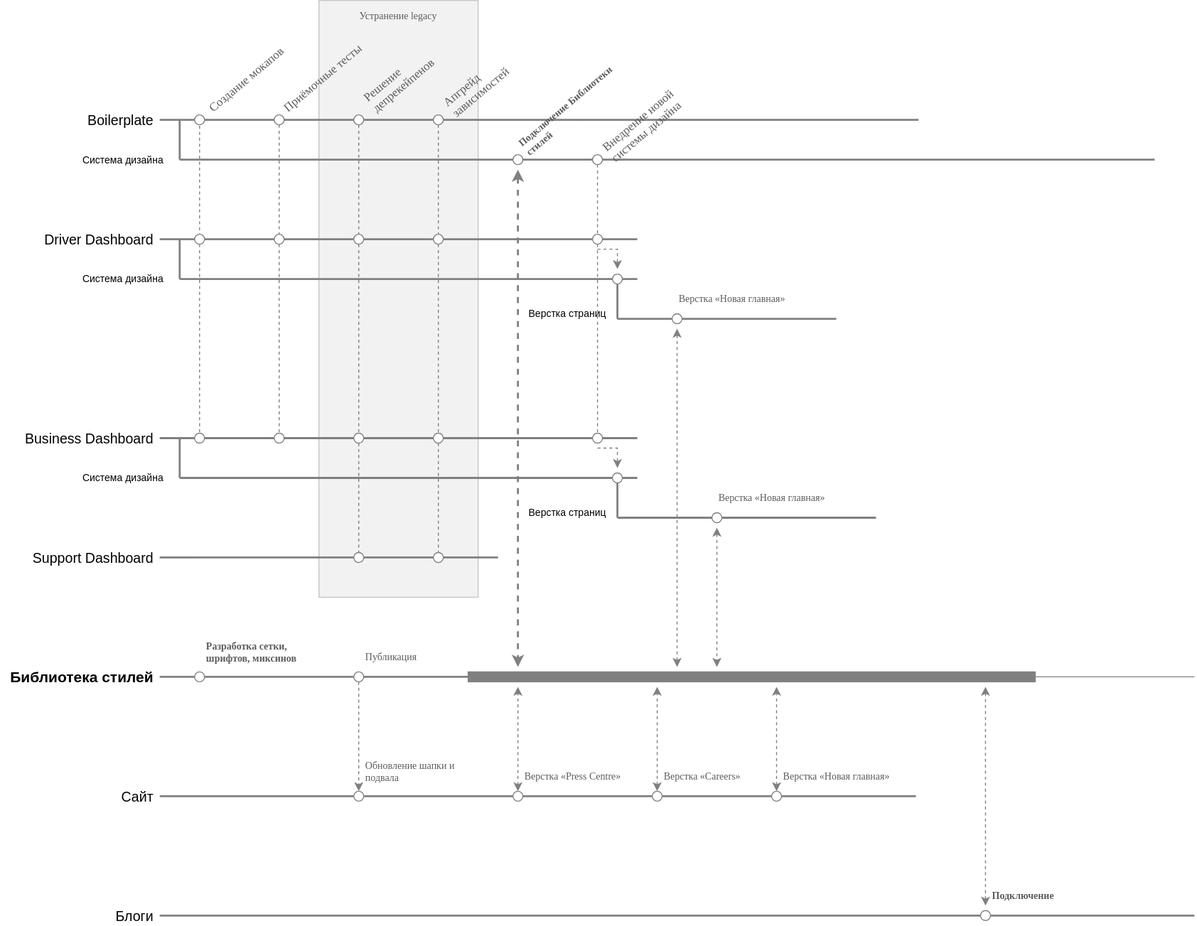
Earlier version of the draw.io export web-roadmaps.svg (ajile/draw-io). Source tidied: cells renumbered, new cells last; positions are measured from the earlier drawing's top-left corner, leaving out a move shared by most shapes.
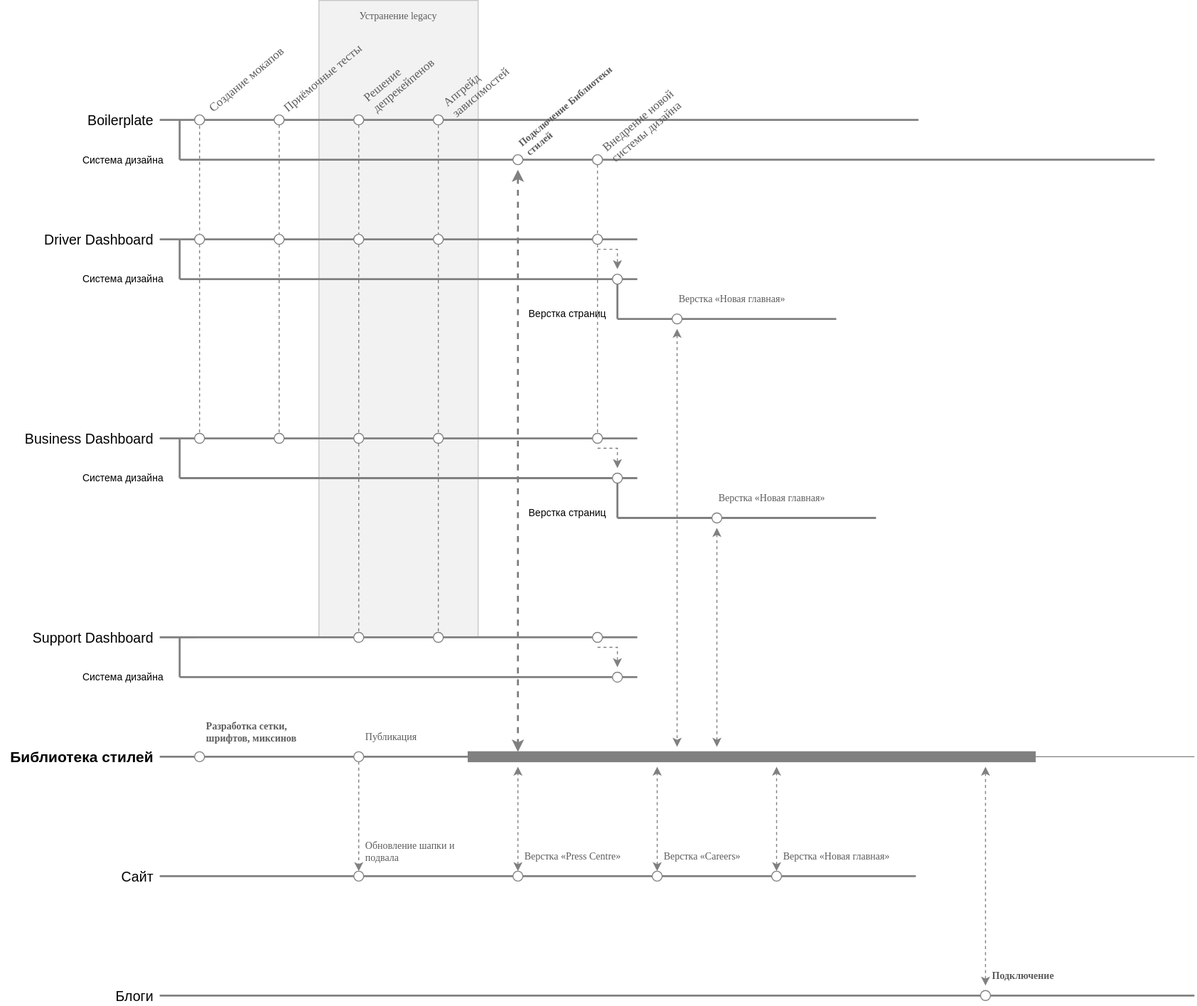
Above is the later version.

What changed in the source:
```diff
@@ -11,6 +11,6 @@
     <mxCell id="3" style="rounded=0;whiteSpace=wrap;html=1;shadow=0;strokeColor=#C7C7C7;strokeWidth=1;fillColor=#F2F2F2;gradientColor=none;fontFamily=Verdana;fontSize=10;fontColor=#5C5C5C;align=center;" parent="1" vertex="1">
-      <mxGeometry x="320" width="160" height="600" as="geometry" />
+      <mxGeometry x="320" width="160" height="640" as="geometry" />
     </mxCell>
     <mxCell id="4" value="Разработка сетки, шрифтов, миксинов&lt;br&gt;" style="text;html=1;strokeColor=none;fillColor=none;align=left;verticalAlign=middle;whiteSpace=wrap;rounded=0;shadow=0;fontFamily=Verdana;fontSize=10;fontColor=#5C5C5C;horizontal=1;fontStyle=1;" parent="1" vertex="1">
-      <mxGeometry x="205" y="640" width="125" height="30" as="geometry" />
+      <mxGeometry x="205" y="720" width="125" height="30" as="geometry" />
     </mxCell>
@@ -147,4 +147,4 @@
       <mxGeometry relative="1" as="geometry">
-        <mxPoint x="160" y="560" as="sourcePoint" />
-        <mxPoint x="500" y="560" as="targetPoint" />
+        <mxPoint x="160" y="640" as="sourcePoint" />
+        <mxPoint x="640" y="640" as="targetPoint" />
       </mxGeometry>
@@ -153,3 +153,3 @@
       <mxGeometry relative="1" as="geometry">
-        <mxPoint x="195" y="560" as="sourcePoint" />
+        <mxPoint x="195" y="640" as="sourcePoint" />
       </mxGeometry>
@@ -157,6 +157,6 @@
     <mxCell id="45" style="ellipse;whiteSpace=wrap;html=1;rounded=0;shadow=0;strokeColor=#808080;strokeWidth=1;fillColor=#ffffff;gradientColor=none;fontFamily=Verdana;fontSize=12;fontColor=#5C5C5C;align=left;" parent="1" vertex="1">
-      <mxGeometry x="355" y="555" width="10" height="10" as="geometry" />
+      <mxGeometry x="355" y="635" width="10" height="10" as="geometry" />
     </mxCell>
     <mxCell id="46" style="ellipse;whiteSpace=wrap;html=1;rounded=0;shadow=0;strokeColor=#808080;strokeWidth=1;fillColor=#ffffff;gradientColor=none;fontFamily=Verdana;fontSize=12;fontColor=#5C5C5C;align=left;" parent="1" vertex="1">
-      <mxGeometry x="435" y="555" width="10" height="10" as="geometry" />
+      <mxGeometry x="435" y="635" width="10" height="10" as="geometry" />
     </mxCell>
@@ -169,3 +169,3 @@
     <mxCell id="48" value="&lt;div style=&quot;text-align: left; font-size: 14px;&quot;&gt;&lt;span style=&quot;font-size: 14px;&quot;&gt;Support Dashboard&lt;/span&gt;&lt;/div&gt;" style="text;html=1;strokeColor=none;fillColor=none;align=right;verticalAlign=middle;whiteSpace=wrap;rounded=0;spacingRight=5;fontSize=14;" parent="1" vertex="1">
-      <mxGeometry y="550" width="160" height="20" as="geometry" />
+      <mxGeometry y="630" width="160" height="20" as="geometry" />
     </mxCell>
@@ -173,4 +173,4 @@
       <mxGeometry relative="1" as="geometry">
-        <mxPoint x="160" y="800" as="sourcePoint" />
-        <mxPoint x="920" y="800" as="targetPoint" />
+        <mxPoint x="160" y="880" as="sourcePoint" />
+        <mxPoint x="920" y="880" as="targetPoint" />
       </mxGeometry>
@@ -179,3 +179,3 @@
       <mxGeometry relative="1" as="geometry">
-        <mxPoint x="195" y="800" as="sourcePoint" />
+        <mxPoint x="195" y="880" as="sourcePoint" />
       </mxGeometry>
@@ -183,3 +183,3 @@
     <mxCell id="51" value="&lt;div style=&quot;text-align: left; font-size: 14px;&quot;&gt;Сайт&lt;/div&gt;" style="text;html=1;strokeColor=none;fillColor=none;align=right;verticalAlign=middle;whiteSpace=wrap;rounded=0;spacingRight=5;fontSize=14;" parent="1" vertex="1">
-      <mxGeometry x="40" y="790" width="120" height="20" as="geometry" />
+      <mxGeometry x="40" y="870" width="120" height="20" as="geometry" />
     </mxCell>
@@ -187,3 +187,3 @@
       <mxGeometry relative="1" as="geometry">
-        <mxPoint x="1200" y="680" as="targetPoint" />
+        <mxPoint x="1200" y="760" as="targetPoint" />
       </mxGeometry>
@@ -191,9 +191,9 @@
     <mxCell id="53" value="&lt;div style=&quot;text-align: left; font-size: 15px;&quot;&gt;Библиотека стилей&lt;/div&gt;" style="text;html=1;strokeColor=none;fillColor=none;align=right;verticalAlign=middle;whiteSpace=wrap;rounded=0;spacingRight=5;fontStyle=1;fontSize=15;" parent="1" vertex="1">
-      <mxGeometry y="670" width="160" height="20" as="geometry" />
+      <mxGeometry y="750" width="160" height="20" as="geometry" />
     </mxCell>
     <mxCell id="54" style="ellipse;whiteSpace=wrap;html=1;rounded=0;shadow=0;strokeColor=#808080;strokeWidth=1;fillColor=#ffffff;gradientColor=none;fontFamily=Verdana;fontSize=12;fontColor=#5C5C5C;align=left;" parent="1" vertex="1">
-      <mxGeometry x="355" y="795" width="10" height="10" as="geometry" />
+      <mxGeometry x="355" y="875" width="10" height="10" as="geometry" />
     </mxCell>
     <mxCell id="55" value="Обновление шапки и подвала" style="text;html=1;strokeColor=none;fillColor=none;align=left;verticalAlign=middle;whiteSpace=wrap;rounded=0;shadow=0;fontFamily=Verdana;fontSize=10;fontColor=#5C5C5C;horizontal=1;" parent="1" vertex="1">
-      <mxGeometry x="365" y="760" width="125" height="30" as="geometry" />
+      <mxGeometry x="365" y="840" width="125" height="30" as="geometry" />
     </mxCell>
@@ -204,3 +204,3 @@
       <mxGeometry relative="1" as="geometry">
-        <mxPoint x="520" y="690" as="targetPoint" />
+        <mxPoint x="520" y="770" as="targetPoint" />
       </mxGeometry>
@@ -208,6 +208,6 @@
     <mxCell id="58" style="ellipse;whiteSpace=wrap;html=1;rounded=0;shadow=0;strokeColor=#808080;strokeWidth=1;fillColor=#ffffff;gradientColor=none;fontFamily=Verdana;fontSize=12;fontColor=#5C5C5C;align=left;" parent="1" vertex="1">
-      <mxGeometry x="515" y="795" width="10" height="10" as="geometry" />
+      <mxGeometry x="515" y="875" width="10" height="10" as="geometry" />
     </mxCell>
     <mxCell id="59" value="Верстка «Press Centre»" style="text;html=1;strokeColor=none;fillColor=none;align=left;verticalAlign=middle;whiteSpace=wrap;rounded=0;shadow=0;fontFamily=Verdana;fontSize=10;fontColor=#5C5C5C;horizontal=1;" parent="1" vertex="1">
-      <mxGeometry x="525" y="770" width="125" height="20" as="geometry" />
+      <mxGeometry x="525" y="850" width="125" height="20" as="geometry" />
     </mxCell>
@@ -218,3 +218,3 @@
       <mxGeometry relative="1" as="geometry">
-        <mxPoint x="660" y="690" as="targetPoint" />
+        <mxPoint x="660" y="770" as="targetPoint" />
       </mxGeometry>
@@ -222,6 +222,6 @@
     <mxCell id="62" style="ellipse;whiteSpace=wrap;html=1;rounded=0;shadow=0;strokeColor=#808080;strokeWidth=1;fillColor=#ffffff;gradientColor=none;fontFamily=Verdana;fontSize=12;fontColor=#5C5C5C;align=left;" parent="1" vertex="1">
-      <mxGeometry x="655" y="795" width="10" height="10" as="geometry" />
+      <mxGeometry x="655" y="875" width="10" height="10" as="geometry" />
     </mxCell>
     <mxCell id="63" value="Верстка «Careers»" style="text;html=1;strokeColor=none;fillColor=none;align=left;verticalAlign=middle;whiteSpace=wrap;rounded=0;shadow=0;fontFamily=Verdana;fontSize=10;fontColor=#5C5C5C;horizontal=1;" parent="1" vertex="1">
-      <mxGeometry x="665" y="770" width="125" height="20" as="geometry" />
+      <mxGeometry x="665" y="850" width="125" height="20" as="geometry" />
     </mxCell>
@@ -237,6 +237,6 @@
     <mxCell id="66" value="Публикация&lt;br&gt;" style="text;html=1;strokeColor=none;fillColor=none;align=left;verticalAlign=middle;whiteSpace=wrap;rounded=0;shadow=0;fontFamily=Verdana;fontSize=10;fontColor=#5C5C5C;horizontal=1;" parent="1" vertex="1">
-      <mxGeometry x="365" y="650" width="125" height="20" as="geometry" />
+      <mxGeometry x="365" y="730" width="125" height="20" as="geometry" />
     </mxCell>
     <mxCell id="67" style="rounded=0;whiteSpace=wrap;html=1;shadow=0;strokeColor=#808080;strokeWidth=1;fillColor=#808080;gradientColor=none;fontFamily=Verdana;fontSize=10;fontColor=#5C5C5C;align=right;" parent="1" vertex="1">
-      <mxGeometry x="470" y="675" width="570" height="10" as="geometry" />
+      <mxGeometry x="470" y="755" width="570" height="10" as="geometry" />
     </mxCell>
@@ -244,3 +244,3 @@
       <mxGeometry relative="1" as="geometry">
-        <mxPoint x="160" y="680" as="sourcePoint" />
+        <mxPoint x="160" y="760" as="sourcePoint" />
       </mxGeometry>
@@ -248,6 +248,6 @@
     <mxCell id="69" style="ellipse;whiteSpace=wrap;html=1;rounded=0;shadow=0;strokeColor=#808080;strokeWidth=1;fillColor=#ffffff;gradientColor=none;fontFamily=Verdana;fontSize=12;fontColor=#5C5C5C;align=left;" parent="1" vertex="1">
-      <mxGeometry x="355" y="675" width="10" height="10" as="geometry" />
+      <mxGeometry x="355" y="755" width="10" height="10" as="geometry" />
     </mxCell>
     <mxCell id="70" style="ellipse;whiteSpace=wrap;html=1;rounded=0;shadow=0;strokeColor=#808080;strokeWidth=1;fillColor=#ffffff;gradientColor=none;fontFamily=Verdana;fontSize=12;fontColor=#5C5C5C;align=left;" parent="1" vertex="1">
-      <mxGeometry x="195" y="675" width="10" height="10" as="geometry" />
+      <mxGeometry x="195" y="755" width="10" height="10" as="geometry" />
     </mxCell>
@@ -255,3 +255,3 @@
       <mxGeometry relative="1" as="geometry">
-        <mxPoint x="195" y="680" as="sourcePoint" />
+        <mxPoint x="195" y="760" as="sourcePoint" />
       </mxGeometry>
@@ -259,6 +259,6 @@
     <mxCell id="72" style="ellipse;whiteSpace=wrap;html=1;rounded=0;shadow=0;strokeColor=#808080;strokeWidth=1;fillColor=#ffffff;gradientColor=none;fontFamily=Verdana;fontSize=12;fontColor=#5C5C5C;align=left;" parent="1" vertex="1">
-      <mxGeometry x="775" y="795" width="10" height="10" as="geometry" />
+      <mxGeometry x="775" y="875" width="10" height="10" as="geometry" />
     </mxCell>
     <mxCell id="73" value="Верстка «Новая главная»" style="text;html=1;strokeColor=none;fillColor=none;align=left;verticalAlign=middle;whiteSpace=wrap;rounded=0;shadow=0;fontFamily=Verdana;fontSize=10;fontColor=#5C5C5C;horizontal=1;" parent="1" vertex="1">
-      <mxGeometry x="785" y="770" width="145" height="20" as="geometry" />
+      <mxGeometry x="785" y="850" width="145" height="20" as="geometry" />
     </mxCell>
@@ -285,3 +285,3 @@
         <mxPoint x="680" y="330" as="sourcePoint" />
-        <mxPoint x="680" y="670" as="targetPoint" />
+        <mxPoint x="680" y="750" as="targetPoint" />
       </mxGeometry>
@@ -306,3 +306,3 @@
         <mxPoint x="720" y="530" as="sourcePoint" />
-        <mxPoint x="720" y="670" as="targetPoint" />
+        <mxPoint x="720" y="750" as="targetPoint" />
       </mxGeometry>
@@ -329,4 +329,4 @@
       <mxGeometry relative="1" as="geometry">
-        <mxPoint x="780" y="795" as="sourcePoint" />
-        <mxPoint x="780" y="690" as="targetPoint" />
+        <mxPoint x="780" y="875" as="sourcePoint" />
+        <mxPoint x="780" y="770" as="targetPoint" />
       </mxGeometry>
@@ -335,4 +335,4 @@
       <mxGeometry relative="1" as="geometry">
-        <mxPoint x="160" y="920" as="sourcePoint" />
-        <mxPoint x="1200" y="920" as="targetPoint" />
+        <mxPoint x="160" y="1000" as="sourcePoint" />
+        <mxPoint x="1200" y="1000" as="targetPoint" />
       </mxGeometry>
@@ -341,4 +341,4 @@
       <mxGeometry relative="1" as="geometry">
-        <mxPoint x="195" y="920" as="sourcePoint" />
-        <mxPoint x="160" y="920" as="targetPoint" />
+        <mxPoint x="195" y="1000" as="sourcePoint" />
+        <mxPoint x="160" y="1000" as="targetPoint" />
       </mxGeometry>
@@ -346,6 +346,6 @@
     <mxCell id="90" style="ellipse;whiteSpace=wrap;html=1;rounded=0;shadow=0;strokeColor=#808080;strokeWidth=1;fillColor=#ffffff;gradientColor=none;fontFamily=Verdana;fontSize=12;fontColor=#5C5C5C;align=left;" parent="1" vertex="1">
-      <mxGeometry x="985" y="915" width="10" height="10" as="geometry" />
+      <mxGeometry x="985" y="995" width="10" height="10" as="geometry" />
     </mxCell>
     <mxCell id="91" value="Подключение" style="text;html=1;strokeColor=none;fillColor=none;align=left;verticalAlign=middle;whiteSpace=wrap;rounded=0;shadow=0;fontFamily=Verdana;fontSize=10;fontColor=#5C5C5C;horizontal=1;fontStyle=1;" parent="1" vertex="1">
-      <mxGeometry x="995" y="890" width="145" height="20" as="geometry" />
+      <mxGeometry x="995" y="970" width="145" height="20" as="geometry" />
     </mxCell>
@@ -355,3 +355,3 @@
     <mxCell id="93" value="&lt;div style=&quot;text-align: left; font-size: 14px;&quot;&gt;Блоги&lt;/div&gt;" style="text;html=1;strokeColor=none;fillColor=none;align=right;verticalAlign=middle;whiteSpace=wrap;rounded=0;spacingRight=5;fontSize=14;" parent="1" vertex="1">
-      <mxGeometry x="40" y="910" width="120" height="20" as="geometry" />
+      <mxGeometry x="40" y="990" width="120" height="20" as="geometry" />
     </mxCell>
@@ -359,4 +359,4 @@
       <mxGeometry relative="1" as="geometry">
-        <mxPoint x="990" y="690" as="sourcePoint" />
-        <mxPoint x="990" y="910" as="targetPoint" />
+        <mxPoint x="990" y="770" as="sourcePoint" />
+        <mxPoint x="990" y="990" as="targetPoint" />
       </mxGeometry>
@@ -375,6 +375,5 @@
     </mxCell>
-    <mxCell id="99" style="edgeStyle=orthogonalEdgeStyle;rounded=0;html=1;dashed=1;labelBackgroundColor=none;startArrow=classic;startFill=1;endArrow=classic;endFill=1;jettySize=auto;orthogonalLoop=1;strokeColor=#808080;strokeWidth=2;fontFamily=Verdana;fontSize=10;fontColor=#5C5C5C;" parent="1" edge="1">
+    <mxCell id="99" style="edgeStyle=orthogonalEdgeStyle;rounded=0;html=1;dashed=1;labelBackgroundColor=none;startArrow=classic;startFill=1;endArrow=classic;endFill=1;jettySize=auto;strokeColor=#808080;strokeWidth=2;fontFamily=Verdana;fontSize=10;fontColor=#5C5C5C;entryX=0.088;entryY=0;entryPerimeter=0;" parent="1" edge="1" target="67">
       <mxGeometry relative="1" as="geometry">
         <mxPoint x="520" y="170" as="sourcePoint" />
-        <mxPoint x="520" y="670" as="targetPoint" />
       </mxGeometry>
@@ -452,2 +451,29 @@
     </mxCell>
+    <mxCell id="118" style="endArrow=none;html=1;labelBackgroundColor=none;strokeColor=#808080;strokeWidth=2;fontFamily=Verdana;fontSize=12;fontColor=#5C5C5C;" parent="1" edge="1">
+      <mxGeometry relative="1" as="geometry">
+        <mxPoint x="180" y="680" as="sourcePoint" />
+        <mxPoint x="640" y="680" as="targetPoint" />
+      </mxGeometry>
+    </mxCell>
+    <mxCell id="119" style="endArrow=none;html=1;labelBackgroundColor=none;strokeColor=#808080;strokeWidth=2;fontFamily=Verdana;fontSize=12;fontColor=#5C5C5C;" parent="1" edge="1">
+      <mxGeometry relative="1" as="geometry">
+        <mxPoint x="180" y="680" as="sourcePoint" />
+        <mxPoint x="180" y="640" as="targetPoint" />
+      </mxGeometry>
+    </mxCell>
+    <mxCell id="120" style="ellipse;whiteSpace=wrap;html=1;rounded=0;shadow=0;strokeColor=#808080;strokeWidth=1;fillColor=#ffffff;gradientColor=none;fontFamily=Verdana;fontSize=12;fontColor=#5C5C5C;align=left;" parent="1" vertex="1">
+      <mxGeometry x="595" y="635" width="10" height="10" as="geometry" />
+    </mxCell>
+    <mxCell id="121" style="ellipse;whiteSpace=wrap;html=1;rounded=0;shadow=0;strokeColor=#808080;strokeWidth=1;fillColor=#ffffff;gradientColor=none;fontFamily=Verdana;fontSize=12;fontColor=#5C5C5C;align=left;" parent="1" vertex="1">
+      <mxGeometry x="615" y="675" width="10" height="10" as="geometry" />
+    </mxCell>
+    <mxCell id="122" style="edgeStyle=orthogonalEdgeStyle;rounded=0;html=1;dashed=1;labelBackgroundColor=none;startArrow=none;startFill=0;endArrow=classic;endFill=1;jettySize=auto;orthogonalLoop=1;strokeColor=#808080;strokeWidth=1;fontFamily=Verdana;fontSize=10;fontColor=#5C5C5C;" parent="1" edge="1">
+      <mxGeometry relative="1" as="geometry">
+        <mxPoint x="600" y="650" as="sourcePoint" />
+        <mxPoint x="620" y="670" as="targetPoint" />
+      </mxGeometry>
+    </mxCell>
+    <mxCell id="123" value="&lt;div style=&quot;text-align: left; font-size: 10px;&quot;&gt;Система дизайна&lt;/div&gt;" style="text;html=1;strokeColor=none;fillColor=none;align=right;verticalAlign=middle;whiteSpace=wrap;rounded=0;spacingRight=5;fontSize=10;" parent="1" vertex="1">
+      <mxGeometry x="50" y="670" width="120" height="20" as="geometry" />
+    </mxCell>
   </root>
```
